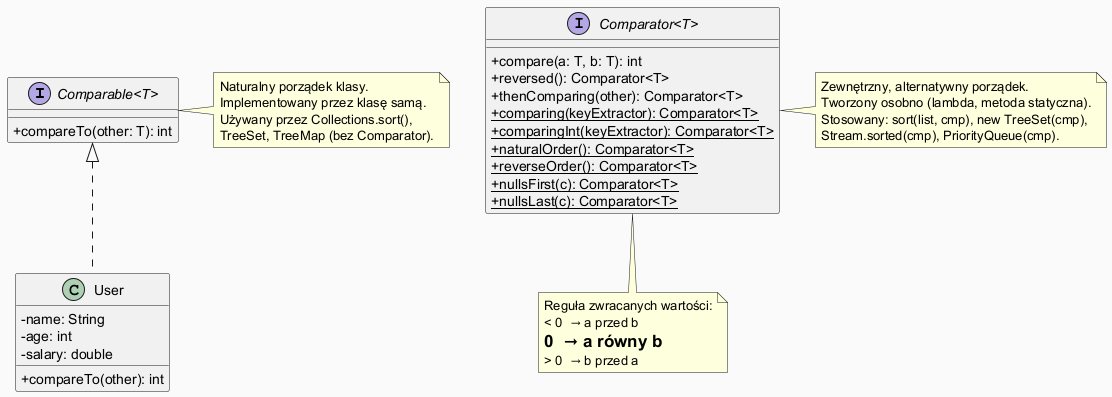
tborzyszkowski/oop-concepts-java keeps this PlantUML diagram as 02_OOP/src/_05_kolekcje/_07_komparatory/diagrams/comparator_comparable.png. Above is the earlier version. The source it was exported from:
```plantuml
@startuml
skinparam classAttributeIconSize 0
skinparam backgroundColor #FAFAFA

interface "Comparable<T>" {
  +compareTo(other: T): int
}

interface "Comparator<T>" {
  +compare(a: T, b: T): int
  +reversed(): Comparator<T>
  +thenComparing(other): Comparator<T>
  +{static} comparing(keyExtractor): Comparator<T>
  +{static} comparingInt(keyExtractor): Comparator<T>
  +{static} naturalOrder(): Comparator<T>
  +{static} reverseOrder(): Comparator<T>
  +{static} nullsFirst(c): Comparator<T>
  +{static} nullsLast(c): Comparator<T>
}

class User implements "Comparable<T>" {
  -name: String
  -age: int
  -salary: double
  +compareTo(other): int
}

note right of "Comparable<T>"
  Naturalny porządek klasy.
  Implementowany przez klasę samą.
  Używany przez Collections.sort(),
  TreeSet, TreeMap (bez Comparator).
end note

note right of "Comparator<T>"
  Zewnętrzny, alternatywny porządek.
  Tworzony osobno (lambda, metoda statyczna).
  Stosowany: sort(list, cmp), new TreeSet(cmp),
  Stream.sorted(cmp), PriorityQueue(cmp).
end note

note bottom of "Comparator<T>"
  Reguła zwracanych wartości:
  < 0  → a przed b
  = 0  → a równy b
  > 0  → b przed a
end note

@enduml
```
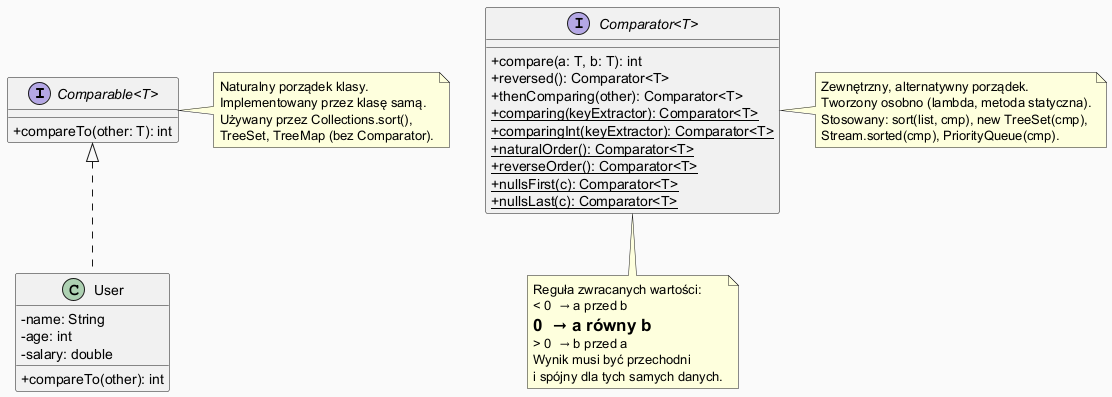
After the change.

What changed in the source:
```diff
@@ -44,6 +44,8 @@
   < 0  → a przed b
   = 0  → a równy b
   > 0  → b przed a
+  Wynik musi być przechodni
+  i spójny dla tych samych danych.
 end note
 
 @enduml
```
